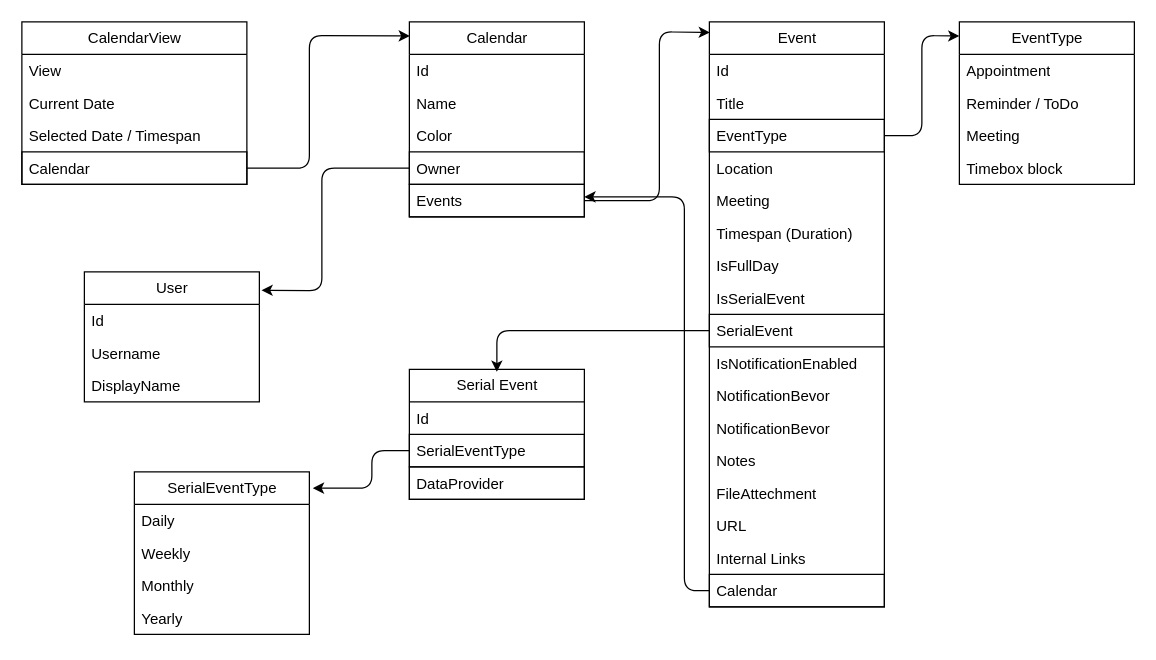
TodoXpress/Documentation keeps this draw.io diagram as Architecture/Domains/Calendar.drawio. Above is the earlier version. Source tidied: cells renumbered, new cells numbered last; positions are measured from the earlier drawing's top-left corner, leaving out a move shared by most shapes. Both pictures are drawn from the tidied source at 125%, with x=0, y=0 at pixel (21, 21).
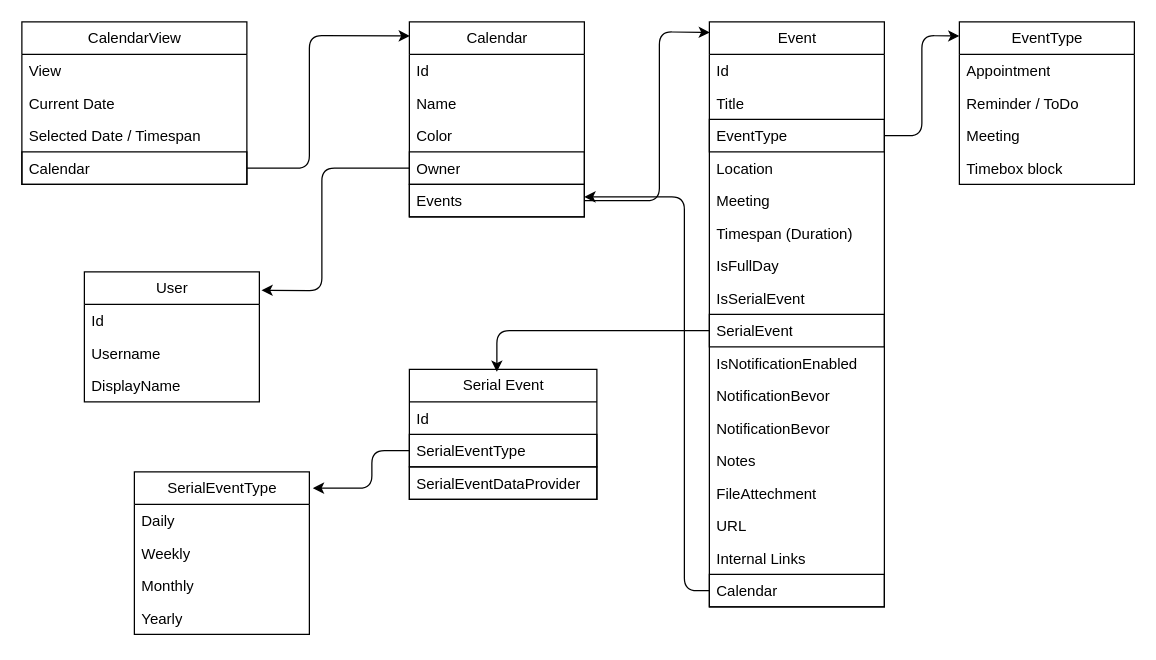
The same page after the edit.

Commit message:
change serial event

The edit, as a diff of the source:
```diff
@@
     <mxCell id="34" value="Serial Event" style="swimlane;fontStyle=0;horizontal=1;startSize=26;fillColor=none;html=1;strokeColor=default;" parent="1" vertex="1">
-      <mxGeometry x="310" y="278" width="140" height="104" as="geometry" />
+      <mxGeometry x="310" y="278" width="150" height="104" as="geometry" />
     </mxCell>
     <mxCell id="35" value="Id" style="text;strokeColor=none;fillColor=none;align=left;verticalAlign=top;spacingLeft=4;spacingRight=4;overflow=hidden;whiteSpace=wrap;html=1;" parent="34" vertex="1">
-      <mxGeometry y="26" width="140" height="26" as="geometry" />
+      <mxGeometry y="26" width="150" height="26" as="geometry" />
     </mxCell>
     <mxCell id="36" value="SerialEventType" style="text;strokeColor=default;fillColor=none;align=left;verticalAlign=top;spacingLeft=4;spacingRight=4;overflow=hidden;points=[[0,0.5],[1,0.5]];portConstraint=eastwest;whiteSpace=wrap;html=1;" parent="34" vertex="1">
-      <mxGeometry y="52" width="140" height="26" as="geometry" />
+      <mxGeometry y="52" width="150" height="26" as="geometry" />
     </mxCell>
-    <mxCell id="37" value="DataProvider" style="text;strokeColor=default;fillColor=none;align=left;verticalAlign=top;spacingLeft=4;spacingRight=4;overflow=hidden;whiteSpace=wrap;html=1;" parent="34" vertex="1">
-      <mxGeometry y="78" width="140" height="26" as="geometry" />
+    <mxCell id="37" value="SerialEventDataProvider" style="text;strokeColor=default;fillColor=none;align=left;verticalAlign=top;spacingLeft=4;spacingRight=4;overflow=hidden;whiteSpace=wrap;html=1;" parent="34" vertex="1">
+      <mxGeometry y="78" width="150" height="26" as="geometry" />
     </mxCell>
```
